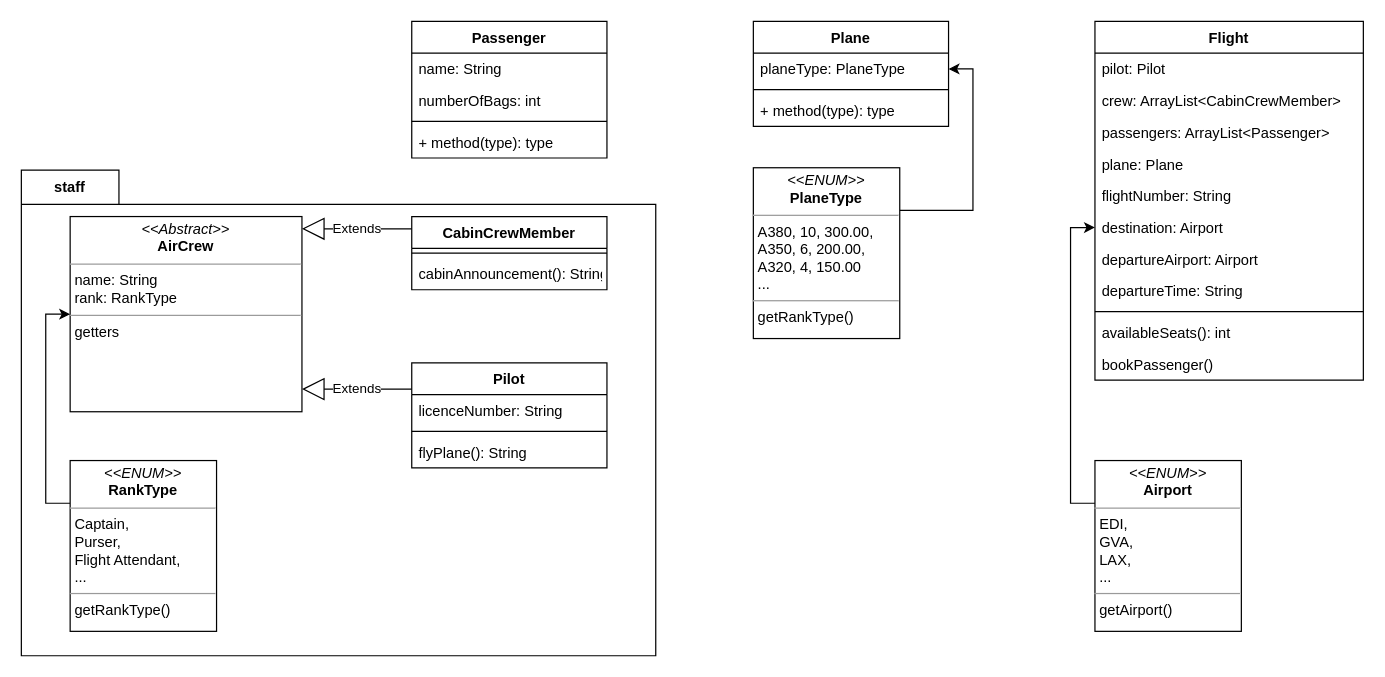
The draw.io diagram planning.drawio in Stanhoucke/TDD_airline, before the edit. Source tidied: cells renumbered, new cells numbered last; positions are measured from the earlier drawing's top-left corner, leaving out a move shared by most shapes. Both pictures are drawn from the tidied source at 122%, with x=0, y=0 at pixel (21, 21).
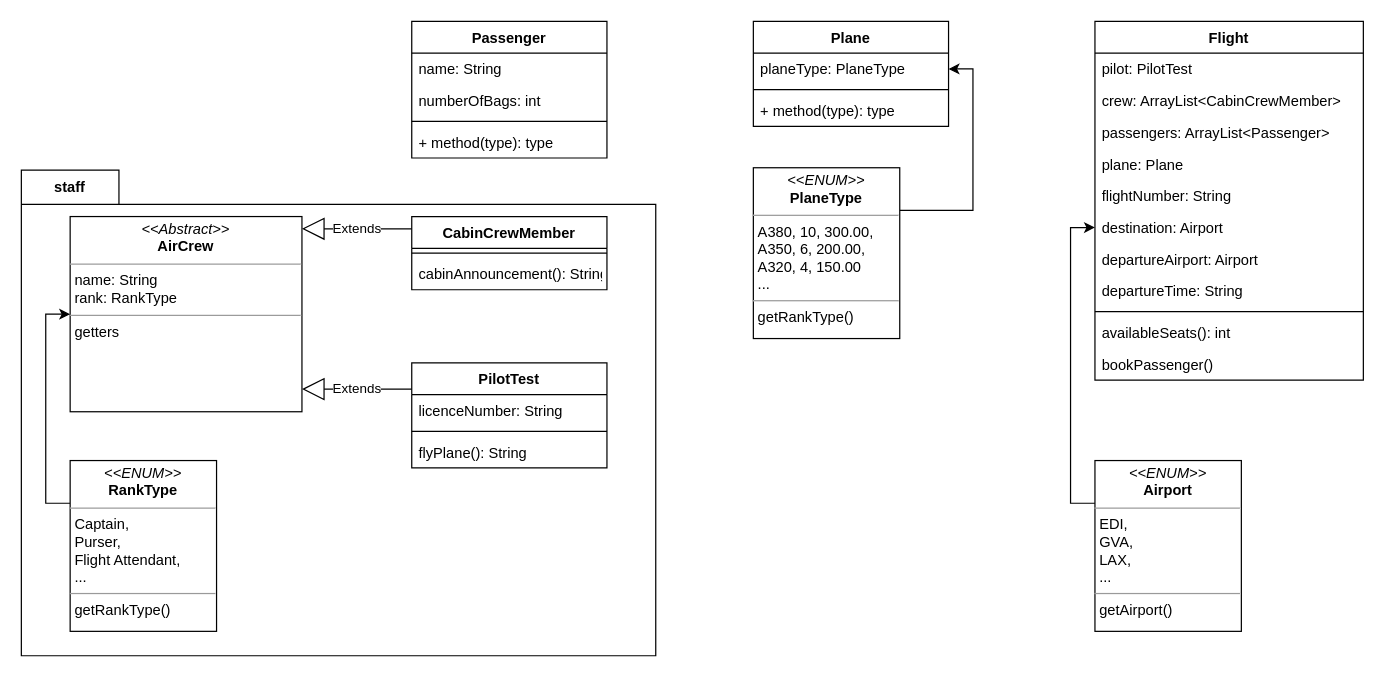
Above is the later version.

Commit message (it also covers changes not shown here):
pilot passes attribute tests

Unchanged cells that the change refers to:
```xml
<mxCell id="19" value="Flight" style="swimlane;fontStyle=1;align=center;verticalAlign=top;horizontal=1;startSize=26;" parent="1" vertex="1">
  <mxGeometry x="880" width="220" height="294" as="geometry" />
</mxCell>
```

What changed in the source:
```diff
@@
-    <mxCell id="11" value="Pilot" style="swimlane;fontStyle=1;align=center;verticalAlign=top;horizontal=1;startSize=26;" parent="1" vertex="1">
+    <mxCell id="11" value="PilotTest" style="swimlane;fontStyle=1;align=center;verticalAlign=top;horizontal=1;startSize=26;" parent="1" vertex="1">
       <mxGeometry x="320" y="280" width="160" height="86" as="geometry" />
     </mxCell>
@@
-    <mxCell id="20" value="pilot: Pilot" style="text;strokeColor=none;fillColor=none;align=left;verticalAlign=top;spacingLeft=4;spacingRight=4;overflow=hidden;" parent="19" vertex="1">
+    <mxCell id="20" value="pilot: PilotTest" style="text;strokeColor=none;fillColor=none;align=left;verticalAlign=top;spacingLeft=4;spacingRight=4;overflow=hidden;" parent="19" vertex="1">
       <mxGeometry y="26" width="220" height="26" as="geometry" />
     </mxCell>
```
